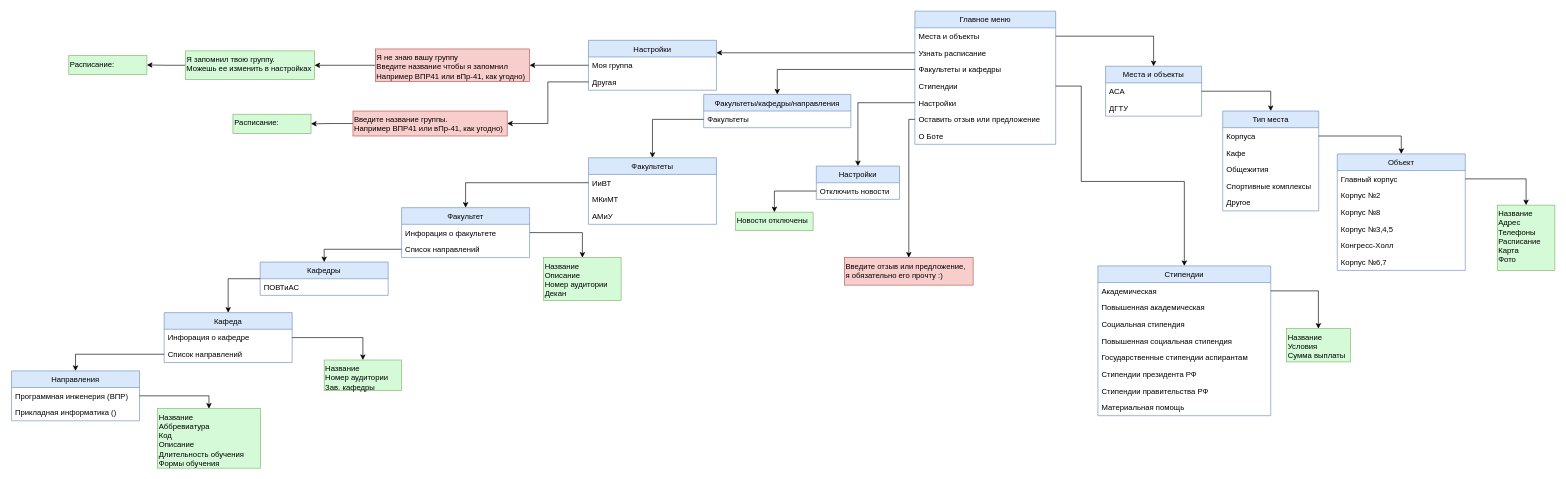
Earlier version of the draw.io diagram page "Схема меню" (2 of 2) of scheme.drawio (AlertRED/dstu-vk-bot). Source tidied: cells renumbered, new cells numbered last; positions are measured from the earlier drawing's top-left corner, leaving out a move shared by most shapes. Both pictures are drawn from the tidied source at 64%, with x=0, y=0 at pixel (11, 11).
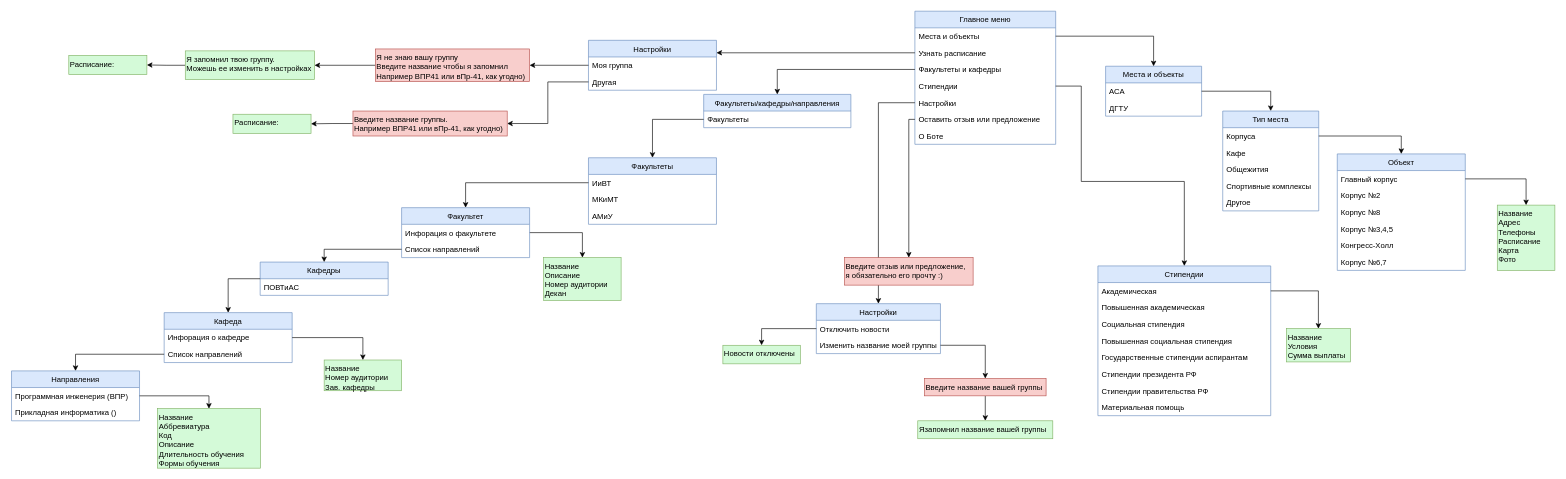
After the change.

Change to the diagram source:
```diff
@@
     <mxCell id="46" value="Настройки" style="swimlane;fontStyle=0;horizontal=1;startSize=26;fillColor=#dae8fc;strokeColor=#6c8ebf;" parent="1" vertex="1">
-      <mxGeometry x="1258" y="242" width="130" height="52" as="geometry" />
+      <mxGeometry x="1258" y="457" width="194" height="78" as="geometry" />
     </mxCell>
     <mxCell id="47" value="Отключить новости" style="text;strokeColor=none;fillColor=none;align=left;verticalAlign=top;spacingLeft=4;spacingRight=4;overflow=hidden;points=[[0,0.5],[1,0.5]];portConstraint=eastwest;" parent="46" vertex="1">
-      <mxGeometry y="26" width="130" height="26" as="geometry" />
+      <mxGeometry y="26" width="194" height="26" as="geometry" />
     </mxCell>
+    <mxCell id="93" value="Изменить название моей группы" style="text;strokeColor=none;fillColor=none;align=left;verticalAlign=top;spacingLeft=4;spacingRight=4;overflow=hidden;points=[[0,0.5],[1,0.5]];portConstraint=eastwest;" parent="46" vertex="1">
+      <mxGeometry y="52" width="194" height="26" as="geometry" />
+    </mxCell>
@@
     <mxCell id="49" value="&lt;div style=&quot;text-align: left&quot;&gt;Новости отключены&lt;/div&gt;" style="html=1;align=left;verticalAlign=top;fillColor=#D4FAD8;strokeColor=#82b366;" parent="1" vertex="1">
-      <mxGeometry x="1132" y="314" width="121" height="29" as="geometry" />
+      <mxGeometry x="1112" y="522" width="121" height="29" as="geometry" />
     </mxCell>
@@
+    <mxCell id="94" style="edgeStyle=orthogonalEdgeStyle;rounded=0;jettySize=auto;html=1;exitX=0.5;exitY=1;exitDx=0;exitDy=0;entryX=0.5;entryY=0;entryDx=0;entryDy=0;" parent="1" edge="1" source="95" target="97">
+      <mxGeometry relative="1" as="geometry" />
+    </mxCell>
+    <mxCell id="95" value="&lt;div style=&quot;text-align: left&quot;&gt;Введите название вашей группы&lt;/div&gt;" style="html=1;align=left;verticalAlign=top;fillColor=#f8cecc;strokeColor=#b85450;" parent="1" vertex="1">
+      <mxGeometry x="1427" y="574" width="190" height="27" as="geometry" />
+    </mxCell>
+    <mxCell id="96" style="edgeStyle=orthogonalEdgeStyle;rounded=0;jettySize=auto;html=1;exitX=1;exitY=0.5;exitDx=0;exitDy=0;entryX=0.5;entryY=0;entryDx=0;entryDy=0;" parent="1" edge="1" source="93" target="95">
+      <mxGeometry relative="1" as="geometry" />
+    </mxCell>
+    <mxCell id="97" value="&lt;div style=&quot;text-align: left&quot;&gt;Язапомнил название вашей группы&lt;/div&gt;" style="html=1;align=left;verticalAlign=top;fillColor=#D4FAD8;strokeColor=#82b366;" parent="1" vertex="1">
+      <mxGeometry x="1416.5" y="640" width="211" height="28" as="geometry" />
+    </mxCell>
```
